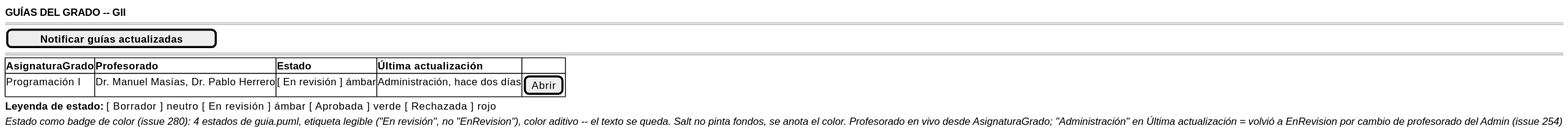
Earlier version of the PlantUML export images/RUP/01-requisitos/03-detalle-casos-uso/consultarEstadoGuias/wireframe.svg (mmasias/pyCeldaPublico).
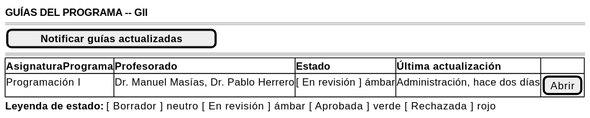
After the change.

Change to the diagram source:
```diff
@@ -1,14 +1,13 @@
 @startsalt consultarEstadoGuias-wireframe
 {
-    <b>GUÍAS DEL GRADO -- GII</b>
+    <b>GUÍAS DEL PROGRAMA -- GII</b>
     ====
     [ <b>Notificar guías actualizadas</b> ]
     ====
     {#
-        <b>AsignaturaGrado | <b>Profesorado | <b>Estado | <b>Última actualización | .
+        <b>AsignaturaPrograma | <b>Profesorado | <b>Estado | <b>Última actualización | .
         Programación I | Dr. Manuel Masías, Dr. Pablo Herrero | [ En revisión ] ámbar | Administración, hace dos días | [Abrir]
     }
     <b>Leyenda de estado:</b> [ Borrador ] neutro   [ En revisión ] ámbar   [ Aprobada ] verde   [ Rechazada ] rojo
-    <i>Estado como badge de color (issue 280): 4 estados de guia.puml, etiqueta legible ("En revisión", no "EnRevision"), color aditivo -- el texto se queda. Salt no pinta fondos, se anota el color. Profesorado en vivo desde AsignaturaGrado; "Administración" en Última actualización = volvió a EnRevision por cambio de profesorado del Admin (issue 254)</i>
 }
 @endsalt
```
